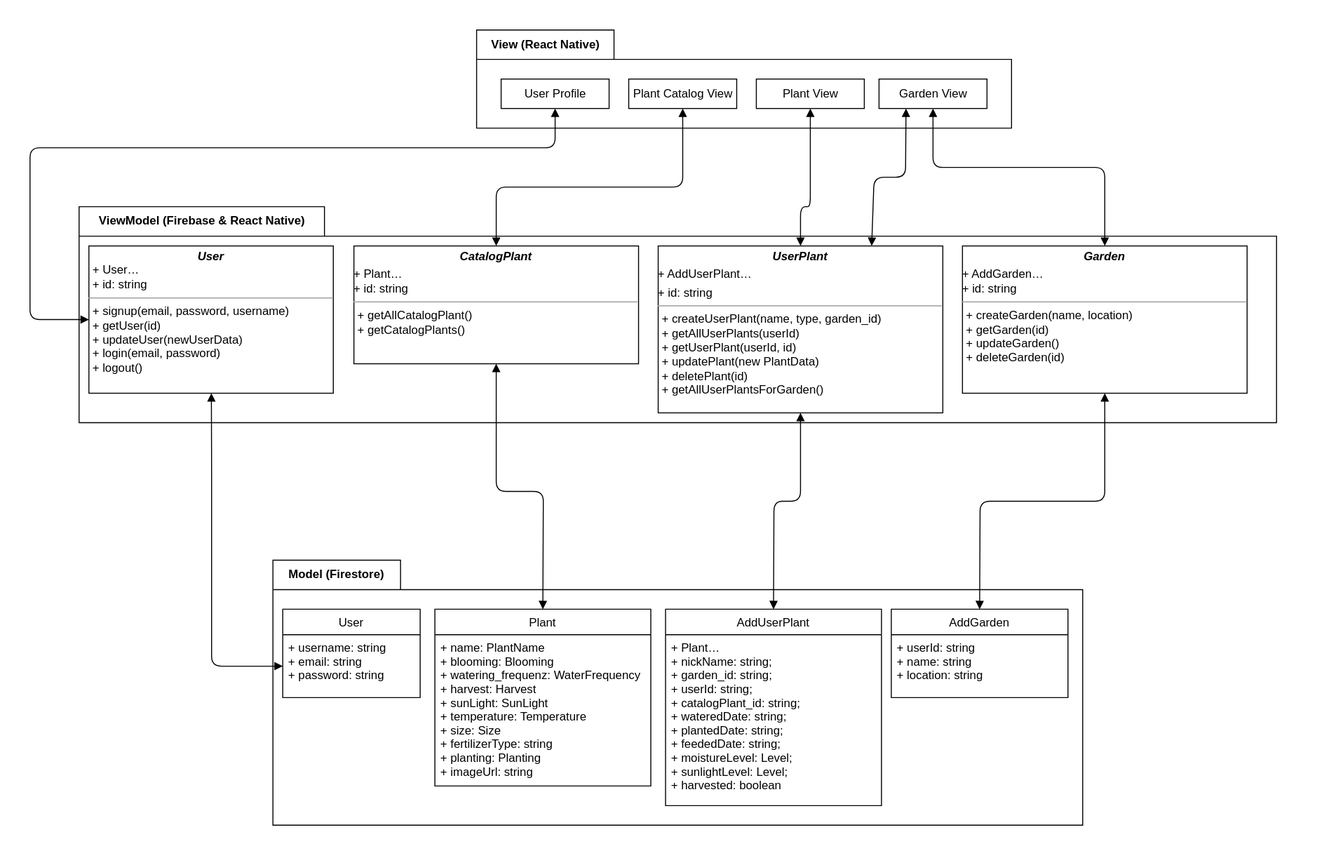
Before: docs/assets/svg/architecturalDiagrams/logicalViewDiagram.drawio.svg, a diagram exported from draw.io (Green-Fingers-App/gardeningApp). Source tidied: cells renumbered, new cells last; positions are measured from the earlier drawing's top-left corner, leaving out a move shared by most shapes.
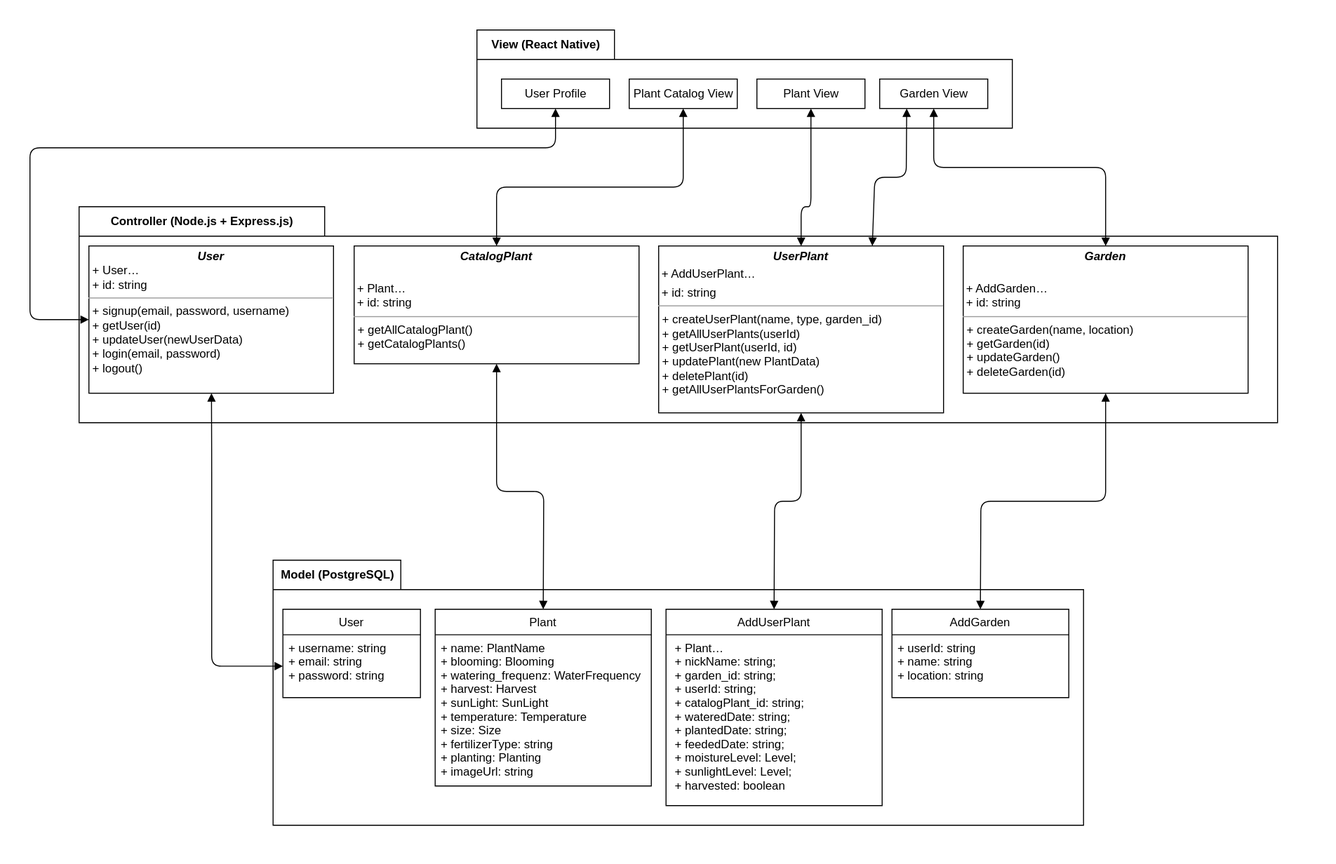
The same diagram one commit later.

What changed in the source:
```diff
@@ -22,7 +22,7 @@
     <mxCell id="7" value="&lt;font color=&quot;#000000&quot;&gt;Plant Catalog View&lt;/font&gt;" style="html=1;strokeColor=#000000;fillColor=#FFFFFF;" parent="3" vertex="1">
       <mxGeometry x="155" y="50" width="110" height="30" as="geometry" />
     </mxCell>
-    <mxCell id="8" value="&lt;font color=&quot;#000000&quot;&gt;Model (Firestore)&lt;/font&gt;" style="shape=folder;fontStyle=1;tabWidth=130;tabHeight=30;tabPosition=left;html=1;boundedLbl=1;labelInHeader=1;strokeColor=#000000;fillColor=#FFFFFF;" parent="1" vertex="1">
+    <mxCell id="8" value="&lt;font color=&quot;#000000&quot;&gt;Model (PostgreSQL)&lt;/font&gt;" style="shape=folder;fontStyle=1;tabWidth=130;tabHeight=30;tabPosition=left;html=1;boundedLbl=1;labelInHeader=1;strokeColor=#000000;fillColor=#FFFFFF;" parent="1" vertex="1">
       <mxGeometry x="277.5" y="570" width="825" height="270" as="geometry" />
     </mxCell>
     <mxCell id="9" value="User" style="swimlane;fontStyle=0;horizontal=1;startSize=26;fillColor=none;strokeColor=#000000;fontColor=#000000;" parent="8" vertex="1">
@@ -49,7 +49,7 @@
     <mxCell id="16" value=" + Plant…&#10; + nickName: string;&#10; + garden_id: string;&#10; + userId: string;&#10; + catalogPlant_id: string;&#10; + wateredDate: string;&#10; + plantedDate: string;&#10; + feededDate: string;&#10; + moistureLevel: Level;&#10; + sunlightLevel: Level;&#10; + harvested: boolean" style="text;strokeColor=none;fillColor=none;align=left;verticalAlign=top;spacingLeft=4;spacingRight=4;overflow=hidden;fontColor=#000000;" parent="15" vertex="1">
       <mxGeometry y="26" width="220" height="174" as="geometry" />
     </mxCell>
-    <mxCell id="17" value="&lt;font color=&quot;#000000&quot;&gt;ViewModel (Firebase &amp;amp; React Native)&lt;/font&gt;" style="shape=folder;fontStyle=1;tabWidth=250;tabHeight=30;tabPosition=left;html=1;boundedLbl=1;labelInHeader=1;strokeColor=#000000;fillColor=#FFFFFF;" parent="1" vertex="1">
+    <mxCell id="17" value="&lt;font color=&quot;#000000&quot;&gt;Controller (Node.js + Express.js)&lt;/font&gt;" style="shape=folder;fontStyle=1;tabWidth=250;tabHeight=30;tabPosition=left;html=1;boundedLbl=1;labelInHeader=1;strokeColor=#000000;fillColor=#FFFFFF;" parent="1" vertex="1">
       <mxGeometry x="80" y="210" width="1220" height="220" as="geometry" />
     </mxCell>
     <mxCell id="18" value="&lt;p style=&quot;margin:0px;margin-top:4px;text-align:center;&quot;&gt;&lt;i&gt;&lt;b&gt;User&lt;/b&gt;&lt;/i&gt;&lt;br&gt;&lt;/p&gt;&lt;p style=&quot;margin:0px;margin-left:4px;&quot;&gt;+ User…&lt;/p&gt;&lt;p style=&quot;margin:0px;margin-left:4px;&quot;&gt;+ id: string&lt;br&gt;&lt;/p&gt;&lt;hr size=&quot;1&quot;&gt;&lt;p style=&quot;margin:0px;margin-left:4px;&quot;&gt;+ signup(email, password, username)&lt;/p&gt;&lt;p style=&quot;margin:0px;margin-left:4px;&quot;&gt;+ getUser(id)&lt;/p&gt;&lt;p style=&quot;margin:0px;margin-left:4px;&quot;&gt;+ updateUser(newUserData)&lt;/p&gt;&lt;p style=&quot;margin:0px;margin-left:4px;&quot;&gt;+ login(email, password)&lt;/p&gt;&lt;p style=&quot;margin:0px;margin-left:4px;&quot;&gt;+ logout()&lt;/p&gt;" style="verticalAlign=top;align=left;overflow=fill;fontSize=12;fontFamily=Helvetica;html=1;strokeColor=#000000;fontColor=#000000;fillColor=#FFFFFF;" parent="17" vertex="1">
```
